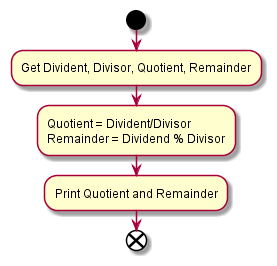
Pranau-R/Quotient-and-Remainder keeps this PlantUML diagram as assets/Quotient-and-Reminder.png. Above is the earlier version.
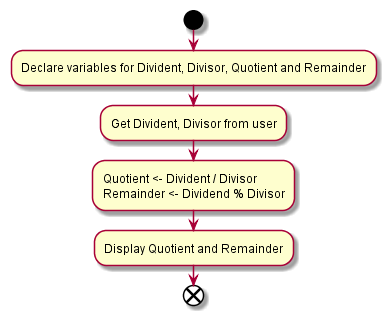
Above is the later version.

The edit, as a diff of the source:
```diff
@@ -1,10 +1,12 @@
 @startuml
 
 start
-:Get Divident, Divisor, Quotient, Remainder;
-:Quotient = Divident/Divisor
-Remainder = Dividend % Divisor;
-:Print Quotient and Remainder;
+
+:Declare variables for Divident, Divisor, Quotient and Remainder;
+:Get Divident, Divisor from user;
+:Quotient <- Divident / Divisor
+Remainder <- Dividend % Divisor;
+:Display Quotient and Remainder;
 end
 
 @enduml
```
